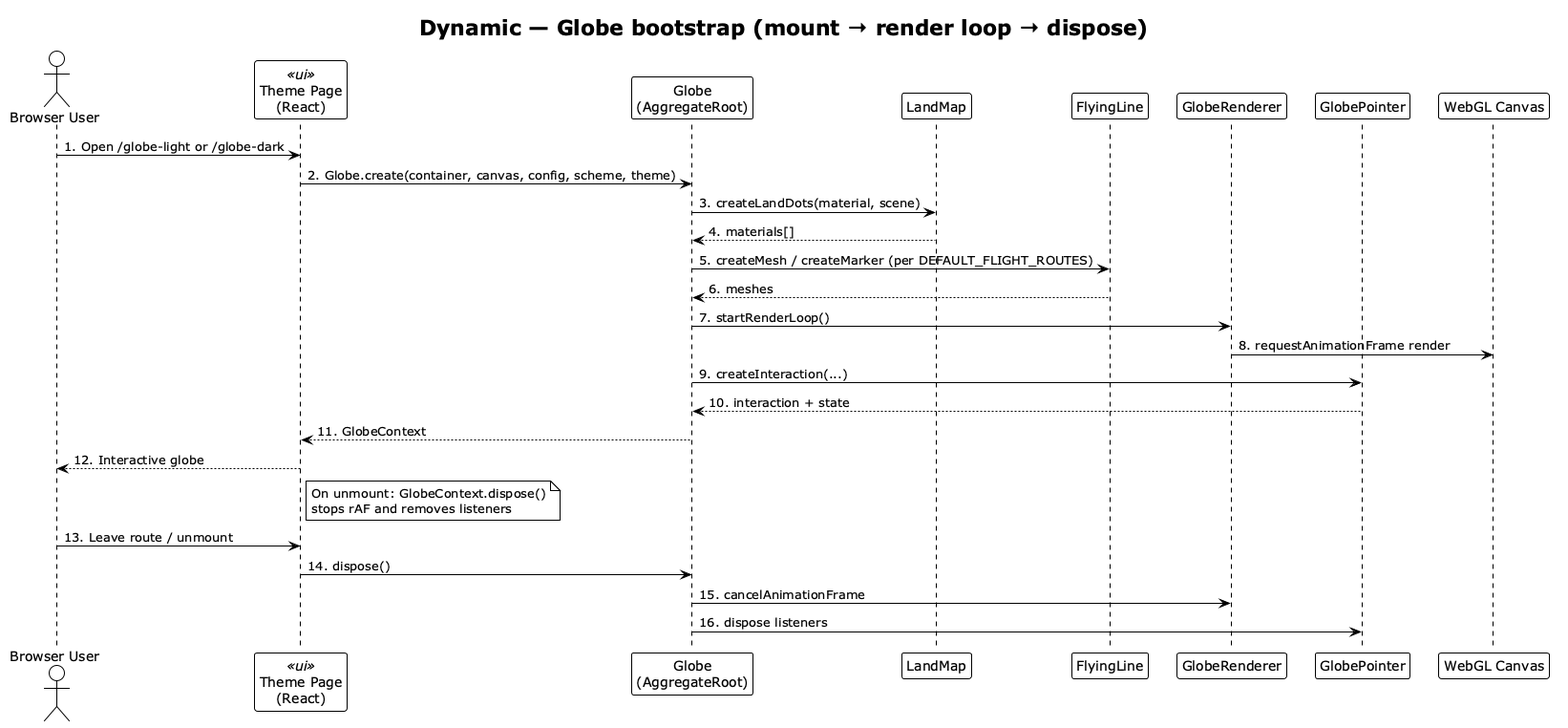
This is docs/developer/c4-model/png/C4-Dynamic-Globe-Bootstrap.png from felixzhu97/explore-three, a PlantUML export, as it was before one commit.
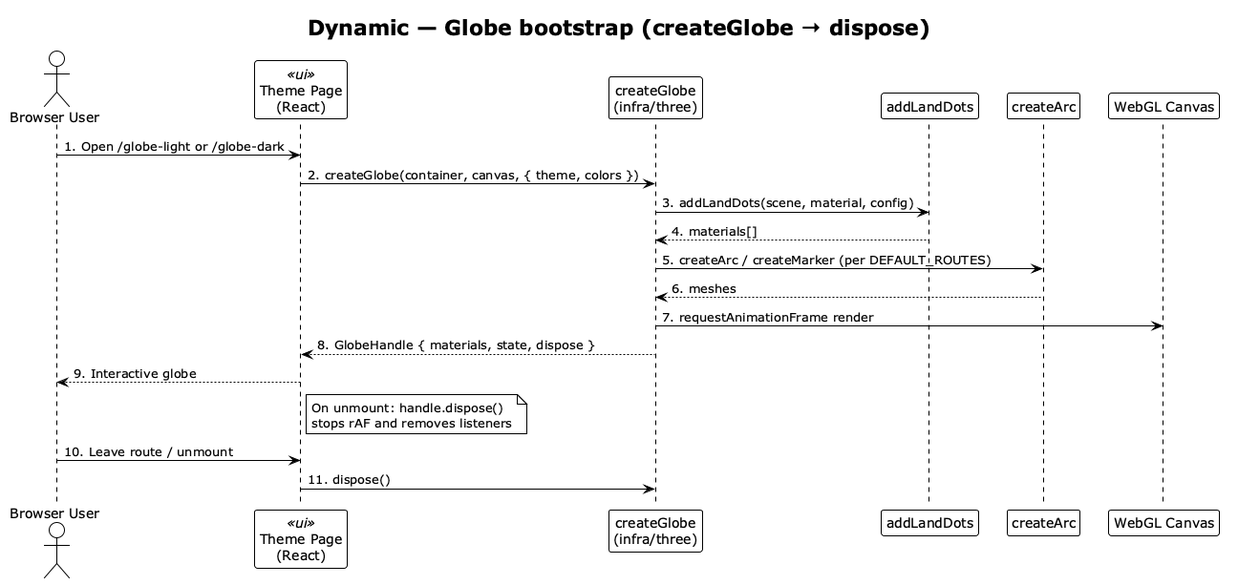
The same diagram one commit later.

Change to the diagram source:
```diff
@@ -3,38 +3,31 @@
 skinparam backgroundColor #FFFFFF
 skinparam shadowing false
 
-title Dynamic — Globe bootstrap (mount → render loop → dispose)
+title Dynamic — Globe bootstrap (createGlobe → dispose)
 
 actor "Browser User" as user
 participant "Theme Page\n(React)" as page <<ui>>
-participant "Globe\n(AggregateRoot)" as globe
-participant "LandMap" as land
-participant "FlyingLine" as flying
-participant "GlobeRenderer" as renderer
-participant "GlobePointer" as pointer
+participant "createGlobe\n(infra/three)" as globe
+participant "addLandDots" as land
+participant "createArc" as arc
 participant "WebGL Canvas" as canvas
 
 user -> page: 1. Open /globe-light or /globe-dark
-page -> globe: 2. Globe.create(container, canvas, config, scheme, theme)
-globe -> land: 3. createLandDots(material, scene)
+page -> globe: 2. createGlobe(container, canvas, { theme, colors })
+globe -> land: 3. addLandDots(scene, material, config)
 land --> globe: 4. materials[]
-globe -> flying: 5. createMesh / createMarker (per DEFAULT_FLIGHT_ROUTES)
-flying --> globe: 6. meshes
-globe -> renderer: 7. startRenderLoop()
-renderer -> canvas: 8. requestAnimationFrame render
-globe -> pointer: 9. createInteraction(...)
-pointer --> globe: 10. interaction + state
-globe --> page: 11. GlobeContext
-page --> user: 12. Interactive globe
+globe -> arc: 5. createArc / createMarker (per DEFAULT_ROUTES)
+arc --> globe: 6. meshes
+globe -> canvas: 7. requestAnimationFrame render
+globe --> page: 8. GlobeHandle { materials, state, dispose }
+page --> user: 9. Interactive globe
 
 note right of page
-  On unmount: GlobeContext.dispose()
+  On unmount: handle.dispose()
   stops rAF and removes listeners
 end note
 
-user -> page: 13. Leave route / unmount
-page -> globe: 14. dispose()
-globe -> renderer: 15. cancelAnimationFrame
-globe -> pointer: 16. dispose listeners
+user -> page: 10. Leave route / unmount
+page -> globe: 11. dispose()
 
 @enduml
```
